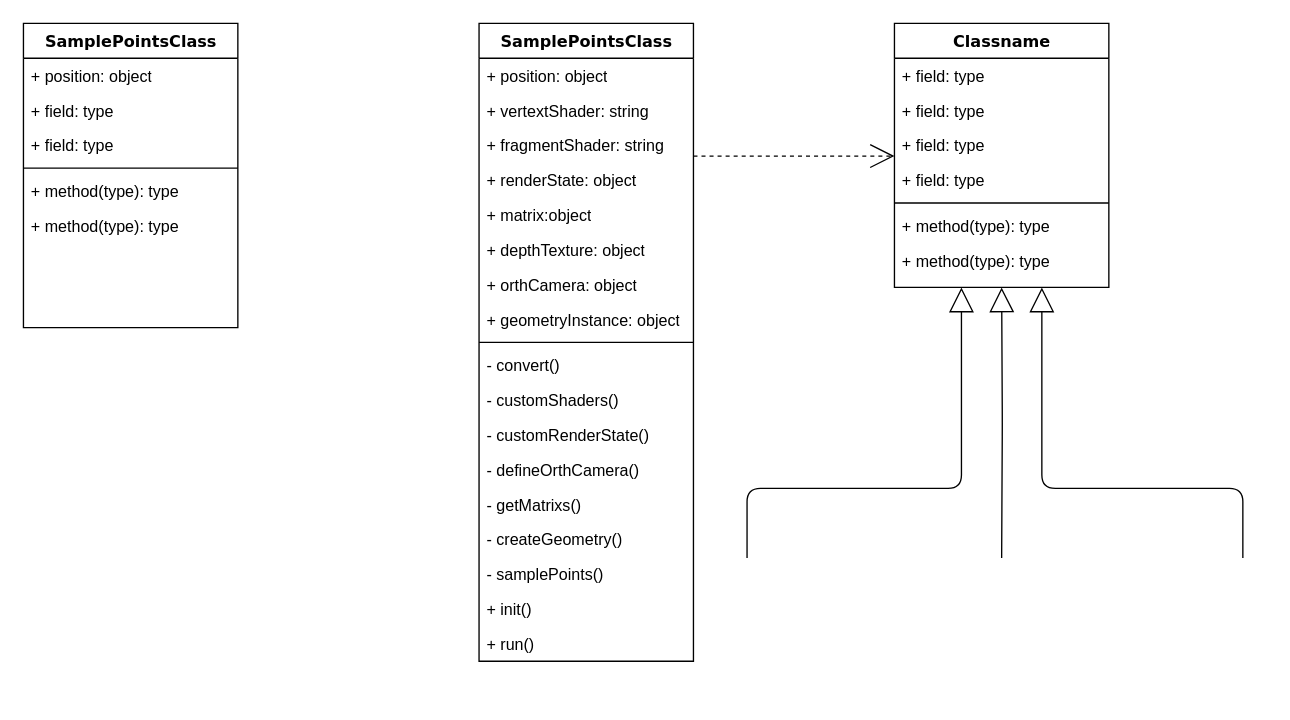
liujing-maker/IDEA keeps this draw.io diagram as samplePointClass.drawio. Above is the earlier version. Source tidied: cells renumbered, new cells numbered last; positions are measured from the earlier drawing's top-left corner, leaving out a move shared by most shapes. Both pictures are drawn from the tidied source at 134%, with x=0, y=0 at pixel (23, 23).
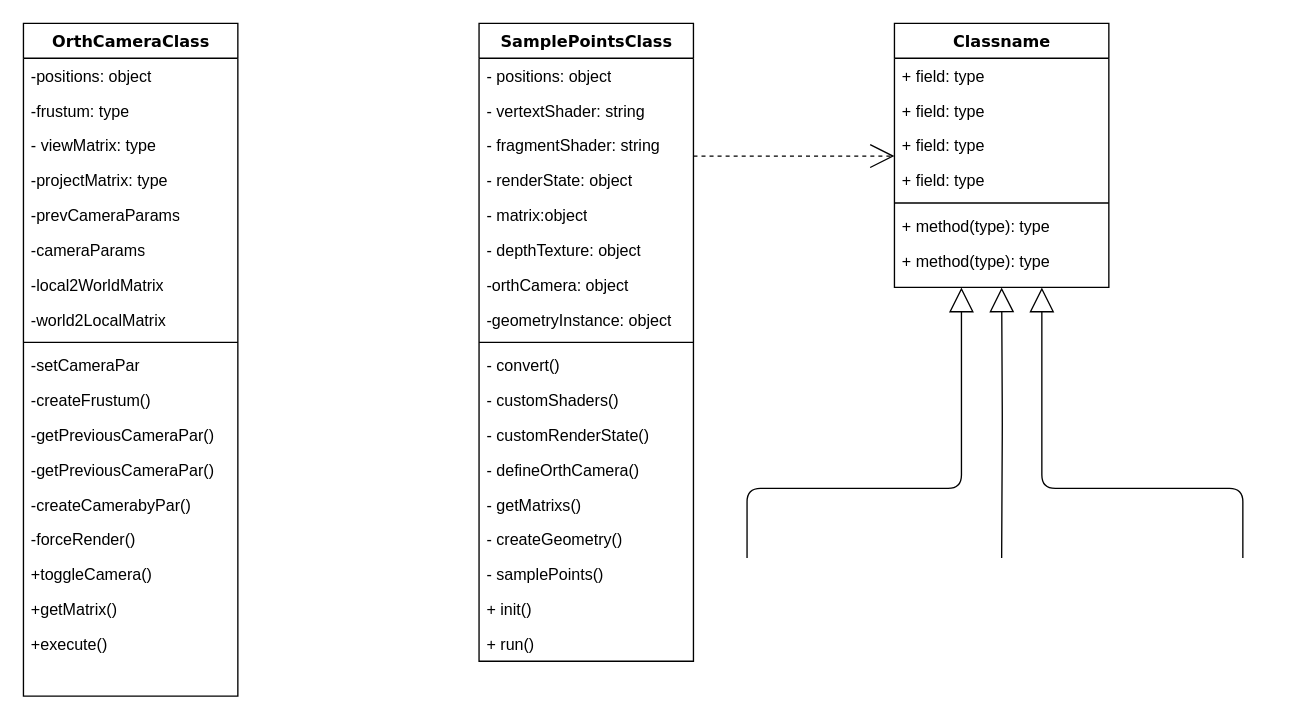
Above is the later version.

Unchanged cells that the change refers to:
```xml
<mxCell id="10" value="SamplePointsClass" style="swimlane;html=1;fontStyle=1;align=center;verticalAlign=top;horizontal=1;startSize=26;swimlaneFillColor=#ffffff;rounded=0;shadow=0;comic=0;labelBackgroundColor=none;strokeWidth=1;fillColor=none;fontFamily=Verdana;fontSize=12;" parent="1" vertex="1">
  <mxGeometry x="340" width="160" height="476" as="geometry" />
</mxCell>
```

Change to the diagram source:
```diff
@@
-    <mxCell id="2" value="SamplePointsClass" style="swimlane;html=1;fontStyle=1;align=center;verticalAlign=top;horizontal=1;startSize=26;swimlaneFillColor=#ffffff;rounded=0;shadow=0;comic=0;labelBackgroundColor=none;strokeWidth=1;fillColor=none;fontFamily=Verdana;fontSize=12;" parent="1" vertex="1">
-      <mxGeometry width="160" height="227" as="geometry" />
+    <mxCell id="2" value="OrthCameraClass" style="swimlane;html=1;fontStyle=1;align=center;verticalAlign=top;horizontal=1;startSize=26;swimlaneFillColor=#ffffff;rounded=0;shadow=0;comic=0;labelBackgroundColor=none;strokeWidth=1;fillColor=none;fontFamily=Verdana;fontSize=12;" parent="1" vertex="1">
+      <mxGeometry width="160" height="502" as="geometry" />
     </mxCell>
-    <mxCell id="3" value="+ position: object" style="text;html=1;strokeColor=none;fillColor=none;align=left;verticalAlign=top;spacingLeft=4;spacingRight=4;whiteSpace=wrap;overflow=hidden;" parent="2" vertex="1">
+    <mxCell id="3" value="-positions: object" style="text;html=1;strokeColor=none;fillColor=none;align=left;verticalAlign=top;spacingLeft=4;spacingRight=4;whiteSpace=wrap;overflow=hidden;" parent="2" vertex="1">
       <mxGeometry y="26" width="160" height="26" as="geometry" />
     </mxCell>
-    <mxCell id="4" value="+ field: type" style="text;html=1;strokeColor=none;fillColor=none;align=left;verticalAlign=top;spacingLeft=4;spacingRight=4;whiteSpace=wrap;overflow=hidden;" parent="2" vertex="1">
+    <mxCell id="4" value="-frustum: type" style="text;html=1;strokeColor=none;fillColor=none;align=left;verticalAlign=top;spacingLeft=4;spacingRight=4;whiteSpace=wrap;overflow=hidden;" parent="2" vertex="1">
       <mxGeometry y="52" width="160" height="26" as="geometry" />
     </mxCell>
-    <mxCell id="5" value="+ field: type" style="text;html=1;strokeColor=none;fillColor=none;align=left;verticalAlign=top;spacingLeft=4;spacingRight=4;whiteSpace=wrap;overflow=hidden;" parent="2" vertex="1">
+    <mxCell id="5" value="- viewMatrix: type" style="text;html=1;strokeColor=none;fillColor=none;align=left;verticalAlign=top;spacingLeft=4;spacingRight=4;whiteSpace=wrap;overflow=hidden;" parent="2" vertex="1">
       <mxGeometry y="78" width="160" height="26" as="geometry" />
     </mxCell>
+    <mxCell id="40" value="-projectMatrix: type" style="text;html=1;strokeColor=none;fillColor=none;align=left;verticalAlign=top;spacingLeft=4;spacingRight=4;whiteSpace=wrap;overflow=hidden;" parent="2" vertex="1">
+      <mxGeometry y="104" width="160" height="26" as="geometry" />
+    </mxCell>
+    <mxCell id="41" value="-prevCameraParams" style="text;html=1;strokeColor=none;fillColor=none;align=left;verticalAlign=top;spacingLeft=4;spacingRight=4;whiteSpace=wrap;overflow=hidden;" parent="2" vertex="1">
+      <mxGeometry y="130" width="160" height="26" as="geometry" />
+    </mxCell>
+    <mxCell id="42" value="-cameraParams" style="text;html=1;strokeColor=none;fillColor=none;align=left;verticalAlign=top;spacingLeft=4;spacingRight=4;whiteSpace=wrap;overflow=hidden;" parent="2" vertex="1">
+      <mxGeometry y="156" width="160" height="26" as="geometry" />
+    </mxCell>
+    <mxCell id="43" value="-local2WorldMatrix" style="text;html=1;strokeColor=none;fillColor=none;align=left;verticalAlign=top;spacingLeft=4;spacingRight=4;whiteSpace=wrap;overflow=hidden;" parent="2" vertex="1">
+      <mxGeometry y="182" width="160" height="26" as="geometry" />
+    </mxCell>
+    <mxCell id="44" value="-world2LocalMatrix" style="text;html=1;strokeColor=none;fillColor=none;align=left;verticalAlign=top;spacingLeft=4;spacingRight=4;whiteSpace=wrap;overflow=hidden;" parent="2" vertex="1">
+      <mxGeometry y="208" width="160" height="26" as="geometry" />
+    </mxCell>
     <mxCell id="6" style="line;html=1;strokeWidth=1;fillColor=none;align=left;verticalAlign=middle;spacingTop=-1;spacingLeft=3;spacingRight=3;labelPosition=right;" parent="2" vertex="1">
-      <mxGeometry y="104" width="160" height="8" as="geometry" />
+      <mxGeometry y="234" width="160" height="8" as="geometry" />
     </mxCell>
-    <mxCell id="7" value="+ method(type): type" style="text;html=1;strokeColor=none;fillColor=none;align=left;verticalAlign=top;spacingLeft=4;spacingRight=4;whiteSpace=wrap;overflow=hidden;" parent="2" vertex="1">
-      <mxGeometry y="112" width="160" height="26" as="geometry" />
+    <mxCell id="7" value="-setCameraPar" style="text;html=1;strokeColor=none;fillColor=none;align=left;verticalAlign=top;spacingLeft=4;spacingRight=4;whiteSpace=wrap;overflow=hidden;" parent="2" vertex="1">
+      <mxGeometry y="242" width="160" height="26" as="geometry" />
     </mxCell>
+    <mxCell id="45" value="-createFrustum()" style="text;html=1;strokeColor=none;fillColor=none;align=left;verticalAlign=top;spacingLeft=4;spacingRight=4;whiteSpace=wrap;overflow=hidden;" parent="2" vertex="1">
+      <mxGeometry y="268" width="160" height="26" as="geometry" />
+    </mxCell>
-    <mxCell id="8" value="+ method(type): type" style="text;html=1;strokeColor=none;fillColor=none;align=left;verticalAlign=top;spacingLeft=4;spacingRight=4;whiteSpace=wrap;overflow=hidden;" parent="2" vertex="1">
-      <mxGeometry y="138" width="160" height="26" as="geometry" />
+    <mxCell id="8" value="-getPreviousCameraPar()" style="text;html=1;strokeColor=none;fillColor=none;align=left;verticalAlign=top;spacingLeft=4;spacingRight=4;whiteSpace=wrap;overflow=hidden;" parent="2" vertex="1">
+      <mxGeometry y="294" width="160" height="26" as="geometry" />
     </mxCell>
+    <mxCell id="46" value="-getPreviousCameraPar()" style="text;html=1;strokeColor=none;fillColor=none;align=left;verticalAlign=top;spacingLeft=4;spacingRight=4;whiteSpace=wrap;overflow=hidden;" parent="2" vertex="1">
+      <mxGeometry y="320" width="160" height="26" as="geometry" />
+    </mxCell>
+    <mxCell id="47" value="-createCamerabyPar()" style="text;html=1;strokeColor=none;fillColor=none;align=left;verticalAlign=top;spacingLeft=4;spacingRight=4;whiteSpace=wrap;overflow=hidden;" parent="2" vertex="1">
+      <mxGeometry y="346" width="160" height="26" as="geometry" />
+    </mxCell>
+    <mxCell id="48" value="-forceRender()" style="text;html=1;strokeColor=none;fillColor=none;align=left;verticalAlign=top;spacingLeft=4;spacingRight=4;whiteSpace=wrap;overflow=hidden;" parent="2" vertex="1">
+      <mxGeometry y="372" width="160" height="26" as="geometry" />
+    </mxCell>
+    <mxCell id="49" value="+toggleCamera()" style="text;html=1;strokeColor=none;fillColor=none;align=left;verticalAlign=top;spacingLeft=4;spacingRight=4;whiteSpace=wrap;overflow=hidden;" parent="2" vertex="1">
+      <mxGeometry y="398" width="160" height="26" as="geometry" />
+    </mxCell>
+    <mxCell id="50" value="+getMatrix()" style="text;html=1;strokeColor=none;fillColor=none;align=left;verticalAlign=top;spacingLeft=4;spacingRight=4;whiteSpace=wrap;overflow=hidden;" parent="2" vertex="1">
+      <mxGeometry y="424" width="160" height="26" as="geometry" />
+    </mxCell>
+    <mxCell id="51" value="+execute()" style="text;html=1;strokeColor=none;fillColor=none;align=left;verticalAlign=top;spacingLeft=4;spacingRight=4;whiteSpace=wrap;overflow=hidden;" parent="2" vertex="1">
+      <mxGeometry y="450" width="160" height="26" as="geometry" />
+    </mxCell>
@@
-    <mxCell id="11" value="+ position: object" style="text;html=1;strokeColor=none;fillColor=none;align=left;verticalAlign=top;spacingLeft=4;spacingRight=4;whiteSpace=wrap;overflow=hidden;" parent="10" vertex="1">
+    <mxCell id="11" value="- positions: object" style="text;html=1;strokeColor=none;fillColor=none;align=left;verticalAlign=top;spacingLeft=4;spacingRight=4;whiteSpace=wrap;overflow=hidden;" parent="10" vertex="1">
       <mxGeometry y="26" width="160" height="26" as="geometry" />
     </mxCell>
-    <mxCell id="12" value="+ vertextShader: string" style="text;html=1;strokeColor=none;fillColor=none;align=left;verticalAlign=top;spacingLeft=4;spacingRight=4;whiteSpace=wrap;overflow=hidden;" parent="10" vertex="1">
+    <mxCell id="12" value="- vertextShader: string" style="text;html=1;strokeColor=none;fillColor=none;align=left;verticalAlign=top;spacingLeft=4;spacingRight=4;whiteSpace=wrap;overflow=hidden;" parent="10" vertex="1">
       <mxGeometry y="52" width="160" height="26" as="geometry" />
     </mxCell>
-    <mxCell id="13" value="+ fragmentShader: string" style="text;html=1;strokeColor=none;fillColor=none;align=left;verticalAlign=top;spacingLeft=4;spacingRight=4;whiteSpace=wrap;overflow=hidden;" parent="10" vertex="1">
+    <mxCell id="13" value="- fragmentShader: string" style="text;html=1;strokeColor=none;fillColor=none;align=left;verticalAlign=top;spacingLeft=4;spacingRight=4;whiteSpace=wrap;overflow=hidden;" parent="10" vertex="1">
       <mxGeometry y="78" width="160" height="26" as="geometry" />
     </mxCell>
-    <mxCell id="14" value="+ renderState: object" style="text;html=1;strokeColor=none;fillColor=none;align=left;verticalAlign=top;spacingLeft=4;spacingRight=4;whiteSpace=wrap;overflow=hidden;" parent="10" vertex="1">
+    <mxCell id="14" value="- renderState: object" style="text;html=1;strokeColor=none;fillColor=none;align=left;verticalAlign=top;spacingLeft=4;spacingRight=4;whiteSpace=wrap;overflow=hidden;" parent="10" vertex="1">
       <mxGeometry y="104" width="160" height="26" as="geometry" />
     </mxCell>
-    <mxCell id="15" value="+ matrix:object" style="text;html=1;strokeColor=none;fillColor=none;align=left;verticalAlign=top;spacingLeft=4;spacingRight=4;whiteSpace=wrap;overflow=hidden;" parent="10" vertex="1">
+    <mxCell id="15" value="- matrix:object" style="text;html=1;strokeColor=none;fillColor=none;align=left;verticalAlign=top;spacingLeft=4;spacingRight=4;whiteSpace=wrap;overflow=hidden;" parent="10" vertex="1">
       <mxGeometry y="130" width="160" height="26" as="geometry" />
     </mxCell>
-    <mxCell id="16" value="+ depthTexture: object" style="text;html=1;strokeColor=none;fillColor=none;align=left;verticalAlign=top;spacingLeft=4;spacingRight=4;whiteSpace=wrap;overflow=hidden;" parent="10" vertex="1">
+    <mxCell id="16" value="- depthTexture: object" style="text;html=1;strokeColor=none;fillColor=none;align=left;verticalAlign=top;spacingLeft=4;spacingRight=4;whiteSpace=wrap;overflow=hidden;" parent="10" vertex="1">
       <mxGeometry y="156" width="160" height="26" as="geometry" />
     </mxCell>
-    <mxCell id="17" value="+ orthCamera: object" style="text;html=1;strokeColor=none;fillColor=none;align=left;verticalAlign=top;spacingLeft=4;spacingRight=4;whiteSpace=wrap;overflow=hidden;" parent="10" vertex="1">
+    <mxCell id="17" value="-orthCamera: object" style="text;html=1;strokeColor=none;fillColor=none;align=left;verticalAlign=top;spacingLeft=4;spacingRight=4;whiteSpace=wrap;overflow=hidden;" parent="10" vertex="1">
       <mxGeometry y="182" width="160" height="26" as="geometry" />
     </mxCell>
-    <mxCell id="18" value="+ geometryInstance: object" style="text;html=1;strokeColor=none;fillColor=none;align=left;verticalAlign=top;spacingLeft=4;spacingRight=4;whiteSpace=wrap;overflow=hidden;" parent="10" vertex="1">
+    <mxCell id="18" value="-geometryInstance: object" style="text;html=1;strokeColor=none;fillColor=none;align=left;verticalAlign=top;spacingLeft=4;spacingRight=4;whiteSpace=wrap;overflow=hidden;" parent="10" vertex="1">
       <mxGeometry y="208" width="160" height="26" as="geometry" />
     </mxCell>
```
